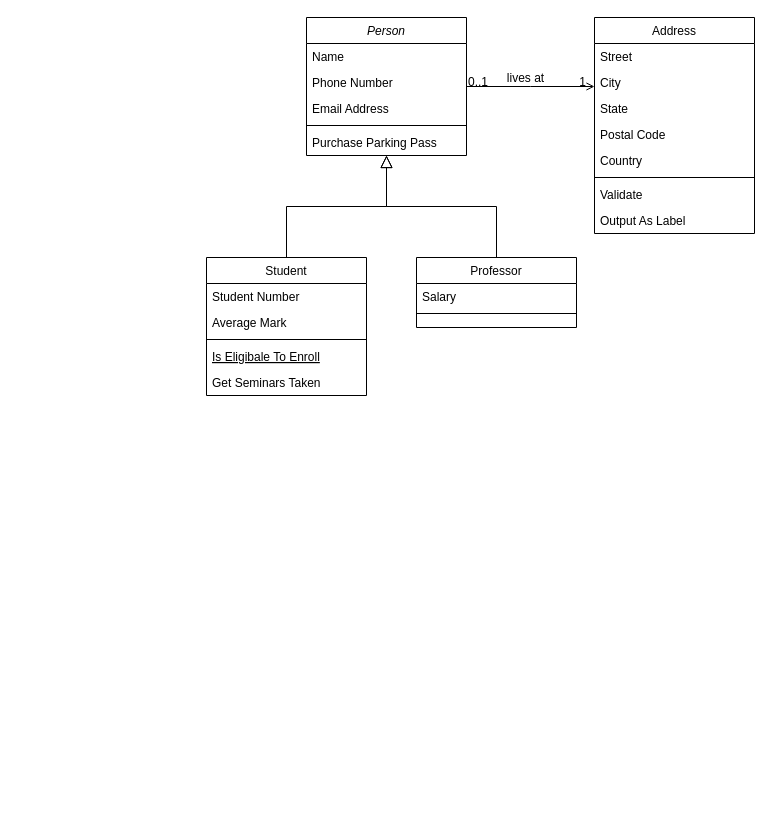
The draw.io diagram A1 Specification/Untitled Diagram.drawio in paperclipstudio/Group14, before the edit. Source tidied: cells renumbered, new cells numbered last; positions are measured from the earlier drawing's top-left corner, leaving out a move shared by most shapes. Both pictures are drawn from the tidied source at 100%, with x=0, y=0 at pixel (206, 17).
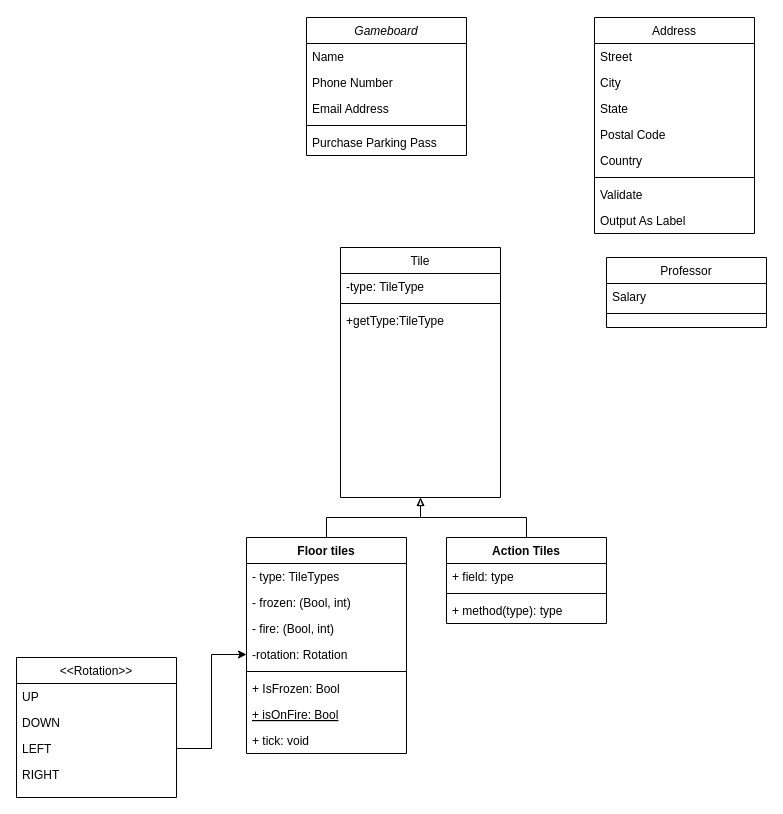
Above is the later version.

The change refers to these unchanged cells:
```xml
<mxCell id="19" value="Address" style="swimlane;fontStyle=0;align=center;verticalAlign=top;horizontal=1;startSize=26;rounded=0;shadow=0;strokeWidth=1;" parent="1" vertex="1">
  <mxGeometry x="388" width="160" height="216" as="geometry" />
</mxCell>
```

What changed in the source:
```diff
@@
-    <mxCell id="2" value="Person" style="swimlane;fontStyle=2;align=center;verticalAlign=top;horizontal=1;startSize=26;rounded=0;shadow=0;strokeWidth=1;" parent="1" vertex="1">
+    <mxCell id="2" value="Gameboard&#10;" style="swimlane;fontStyle=2;align=center;verticalAlign=top;horizontal=1;startSize=26;rounded=0;shadow=0;strokeWidth=1;" parent="1" vertex="1">
       <mxGeometry x="100" width="160" height="138" as="geometry" />
     </mxCell>
@@
-    <mxCell id="8" value="Student" style="swimlane;fontStyle=0;align=center;verticalAlign=top;horizontal=1;startSize=26;rounded=0;shadow=0;strokeWidth=1;" parent="1" vertex="1">
-      <mxGeometry y="240" width="160" height="138" as="geometry" />
-    </mxCell>
-    <mxCell id="9" value="Student Number" style="text;align=left;verticalAlign=top;spacingLeft=4;spacingRight=4;overflow=hidden;" parent="8" vertex="1">
-      <mxGeometry y="26" width="160" height="26" as="geometry" />
-    </mxCell>
-    <mxCell id="10" value="Average Mark" style="text;align=left;verticalAlign=top;spacingLeft=4;spacingRight=4;overflow=hidden;rounded=0;shadow=0;html=0;" parent="8" vertex="1">
-      <mxGeometry y="52" width="160" height="26" as="geometry" />
-    </mxCell>
-    <mxCell id="11" style="line;html=1;strokeWidth=1;align=left;verticalAlign=middle;spacingTop=-1;spacingLeft=3;spacingRight=3;labelPosition=right;" parent="8" vertex="1">
-      <mxGeometry y="78" width="160" height="8" as="geometry" />
-    </mxCell>
-    <mxCell id="12" value="Is Eligibale To Enroll" style="text;align=left;verticalAlign=top;spacingLeft=4;spacingRight=4;overflow=hidden;fontStyle=4;" parent="8" vertex="1">
-      <mxGeometry y="86" width="160" height="26" as="geometry" />
-    </mxCell>
-    <mxCell id="13" value="Get Seminars Taken" style="text;align=left;verticalAlign=top;spacingLeft=4;spacingRight=4;overflow=hidden;" parent="8" vertex="1">
-      <mxGeometry y="112" width="160" height="26" as="geometry" />
-    </mxCell>
-    <mxCell id="14" style="endArrow=block;endSize=10;endFill=0;shadow=0;strokeWidth=1;rounded=0;edgeStyle=elbowEdgeStyle;elbow=vertical;" parent="1" edge="1" source="8" target="2">
-      <mxGeometry relative="1" as="geometry" />
-    </mxCell>
-    <mxCell id="15" value="Professor" style="swimlane;fontStyle=0;align=center;verticalAlign=top;horizontal=1;startSize=26;rounded=0;shadow=0;strokeWidth=1;" parent="1" vertex="1">
-      <mxGeometry x="210" y="240" width="160" height="70" as="geometry" />
-    </mxCell>
-    <mxCell id="16" value="Salary" style="text;align=left;verticalAlign=top;spacingLeft=4;spacingRight=4;overflow=hidden;" parent="15" vertex="1">
-      <mxGeometry y="26" width="160" height="26" as="geometry" />
-    </mxCell>
-    <mxCell id="17" style="line;html=1;strokeWidth=1;align=left;verticalAlign=middle;spacingTop=-1;spacingLeft=3;spacingRight=3;labelPosition=right;" parent="15" vertex="1">
-      <mxGeometry y="52" width="160" height="8" as="geometry" />
-    </mxCell>
-    <mxCell id="18" style="endArrow=block;endSize=10;endFill=0;shadow=0;strokeWidth=1;rounded=0;edgeStyle=elbowEdgeStyle;elbow=vertical;" parent="1" edge="1" source="15" target="2">
-      <mxGeometry relative="1" as="geometry" />
-    </mxCell>
@@
-    <mxCell id="28" style="endArrow=open;shadow=0;strokeWidth=1;rounded=0;endFill=1;edgeStyle=elbowEdgeStyle;elbow=vertical;" parent="1" edge="1" source="2" target="19">
-      <mxGeometry x="0.5" y="41" relative="1" as="geometry">
-        <mxPoint x="-40" y="32" as="offset" />
-      </mxGeometry>
-    </mxCell>
-    <mxCell id="29" value="0..1" style="align=left;verticalAlign=bottom;labelBackgroundColor=none;fontSize=12;" parent="28" vertex="1">
-      <mxGeometry x="-1" relative="1" as="geometry">
-        <mxPoint y="4" as="offset" />
-      </mxGeometry>
-    </mxCell>
-    <mxCell id="30" value="1" style="align=right;verticalAlign=bottom;labelBackgroundColor=none;fontSize=12;" parent="28" vertex="1">
-      <mxGeometry x="1" relative="1" as="geometry">
-        <mxPoint x="-7" y="4" as="offset" />
-      </mxGeometry>
-    </mxCell>
-    <mxCell id="31" value="lives at" style="text;html=1;align=center;verticalAlign=middle;labelBackgroundColor=none;rounded=0;shadow=0;strokeWidth=1;fontSize=12;" parent="28" vertex="1">
-      <mxGeometry x="0.5" y="49" relative="1" as="geometry">
-        <mxPoint x="-38" y="40" as="offset" />
-      </mxGeometry>
-    </mxCell>
+    <mxCell id="15" value="Professor" style="swimlane;fontStyle=0;align=center;verticalAlign=top;horizontal=1;startSize=26;rounded=0;shadow=0;strokeWidth=1;" parent="1" vertex="1">
+      <mxGeometry x="400" y="240" width="160" height="70" as="geometry" />
+    </mxCell>
+    <mxCell id="16" value="Salary" style="text;align=left;verticalAlign=top;spacingLeft=4;spacingRight=4;overflow=hidden;" parent="15" vertex="1">
+      <mxGeometry y="26" width="160" height="26" as="geometry" />
+    </mxCell>
+    <mxCell id="17" style="line;html=1;strokeWidth=1;align=left;verticalAlign=middle;spacingTop=-1;spacingLeft=3;spacingRight=3;labelPosition=right;" parent="15" vertex="1">
+      <mxGeometry y="52" width="160" height="8" as="geometry" />
+    </mxCell>
+    <mxCell id="32" value="Action Tiles&#10;" style="swimlane;fontStyle=1;align=center;verticalAlign=top;horizontal=1;startSize=26;" parent="1" vertex="1">
+      <mxGeometry x="240" y="520" width="160" height="86" as="geometry" />
+    </mxCell>
+    <mxCell id="33" value="+ field: type" style="text;strokeColor=none;fillColor=none;align=left;verticalAlign=top;spacingLeft=4;spacingRight=4;overflow=hidden;" parent="32" vertex="1">
+      <mxGeometry y="26" width="160" height="26" as="geometry" />
+    </mxCell>
+    <mxCell id="34" style="line;strokeWidth=1;fillColor=none;align=left;verticalAlign=middle;spacingTop=-1;spacingLeft=3;spacingRight=3;labelPosition=right;" parent="32" vertex="1">
+      <mxGeometry y="52" width="160" height="8" as="geometry" />
+    </mxCell>
+    <mxCell id="35" value="+ method(type): type" style="text;strokeColor=none;fillColor=none;align=left;verticalAlign=top;spacingLeft=4;spacingRight=4;overflow=hidden;" parent="32" vertex="1">
+      <mxGeometry y="60" width="160" height="26" as="geometry" />
+    </mxCell>
+    <mxCell id="36" style="edgeStyle=orthogonalEdgeStyle;rounded=0;jettySize=auto;html=1;startArrow=block;startFill=0;endArrow=none;endFill=0;" parent="1" edge="1" source="8" target="38">
+      <mxGeometry relative="1" as="geometry" />
+    </mxCell>
+    <mxCell id="37" style="edgeStyle=orthogonalEdgeStyle;rounded=0;jettySize=auto;html=1;startArrow=blockThin;startFill=0;endArrow=none;endFill=0;" parent="1" edge="1" source="8" target="32">
+      <mxGeometry relative="1" as="geometry" />
+    </mxCell>
+    <mxCell id="8" value="Tile" style="swimlane;fontStyle=0;align=center;verticalAlign=top;horizontal=1;startSize=26;rounded=0;shadow=0;strokeWidth=1;" parent="1" vertex="1">
+      <mxGeometry x="134" y="230" width="160" height="250" as="geometry" />
+    </mxCell>
+    <mxCell id="9" value="-type: TileType" style="text;align=left;verticalAlign=top;spacingLeft=4;spacingRight=4;overflow=hidden;" parent="8" vertex="1">
+      <mxGeometry y="26" width="160" height="26" as="geometry" />
+    </mxCell>
+    <mxCell id="11" style="line;html=1;strokeWidth=1;align=left;verticalAlign=middle;spacingTop=-1;spacingLeft=3;spacingRight=3;labelPosition=right;" parent="8" vertex="1">
+      <mxGeometry y="52" width="160" height="8" as="geometry" />
+    </mxCell>
+    <mxCell id="13" value="+getType:TileType" style="text;align=left;verticalAlign=top;spacingLeft=4;spacingRight=4;overflow=hidden;" parent="8" vertex="1">
+      <mxGeometry y="60" width="160" height="26" as="geometry" />
+    </mxCell>
+    <mxCell id="38" value="Floor tiles&#10;" style="swimlane;fontStyle=1;align=center;verticalAlign=top;horizontal=1;startSize=26;" parent="1" vertex="1">
+      <mxGeometry x="40" y="520" width="160" height="216" as="geometry" />
+    </mxCell>
+    <mxCell id="39" value="- type: TileTypes" style="text;strokeColor=none;fillColor=none;align=left;verticalAlign=top;spacingLeft=4;spacingRight=4;overflow=hidden;" parent="38" vertex="1">
+      <mxGeometry y="26" width="160" height="26" as="geometry" />
+    </mxCell>
+    <mxCell id="10" value="- frozen: (Bool, int) " style="text;align=left;verticalAlign=top;spacingLeft=4;spacingRight=4;overflow=hidden;rounded=0;shadow=0;html=0;" parent="38" vertex="1">
+      <mxGeometry y="52" width="160" height="26" as="geometry" />
+    </mxCell>
+    <mxCell id="40" value="- fire: (Bool, int)&#10;" style="text;strokeColor=none;fillColor=none;align=left;verticalAlign=top;spacingLeft=4;spacingRight=4;overflow=hidden;" parent="38" vertex="1">
+      <mxGeometry y="78" width="160" height="26" as="geometry" />
+    </mxCell>
+    <mxCell id="41" value="-rotation: Rotation" style="text;strokeColor=none;fillColor=none;align=left;verticalAlign=top;spacingLeft=4;spacingRight=4;overflow=hidden;points=[[0,0.5],[1,0.5]];portConstraint=eastwest;" parent="38" vertex="1">
+      <mxGeometry y="104" width="160" height="26" as="geometry" />
+    </mxCell>
+    <mxCell id="42" style="line;strokeWidth=1;fillColor=none;align=left;verticalAlign=middle;spacingTop=-1;spacingLeft=3;spacingRight=3;labelPosition=right;" parent="38" vertex="1">
+      <mxGeometry y="130" width="160" height="8" as="geometry" />
+    </mxCell>
+    <mxCell id="43" value="+ IsFrozen: Bool&#10;" style="text;strokeColor=none;fillColor=none;align=left;verticalAlign=top;spacingLeft=4;spacingRight=4;overflow=hidden;" parent="38" vertex="1">
+      <mxGeometry y="138" width="160" height="26" as="geometry" />
+    </mxCell>
+    <mxCell id="12" value="+ isOnFire: Bool" style="text;align=left;verticalAlign=top;spacingLeft=4;spacingRight=4;overflow=hidden;fontStyle=4;" parent="38" vertex="1">
+      <mxGeometry y="164" width="160" height="26" as="geometry" />
+    </mxCell>
+    <mxCell id="44" value="+ tick: void" style="text;strokeColor=none;fillColor=none;align=left;verticalAlign=top;spacingLeft=4;spacingRight=4;overflow=hidden;" parent="38" vertex="1">
+      <mxGeometry y="190" width="160" height="26" as="geometry" />
+    </mxCell>
+    <mxCell id="45" style="edgeStyle=orthogonalEdgeStyle;rounded=0;jettySize=auto;html=1;" parent="1" edge="1" source="49" target="41">
+      <mxGeometry relative="1" as="geometry" />
+    </mxCell>
+    <mxCell id="46" value="&lt;&lt;Rotation&gt;&gt;" style="swimlane;fontStyle=0;align=center;verticalAlign=top;horizontal=1;startSize=26;rounded=0;shadow=0;strokeWidth=1;" parent="1" vertex="1">
+      <mxGeometry x="-190" y="640" width="160" height="140" as="geometry" />
+    </mxCell>
+    <mxCell id="47" value="UP" style="text;align=left;verticalAlign=top;spacingLeft=4;spacingRight=4;overflow=hidden;" parent="46" vertex="1">
+      <mxGeometry y="26" width="160" height="26" as="geometry" />
+    </mxCell>
+    <mxCell id="48" value="DOWN" style="text;strokeColor=none;fillColor=none;align=left;verticalAlign=top;spacingLeft=4;spacingRight=4;overflow=hidden;" parent="46" vertex="1">
+      <mxGeometry y="52" width="160" height="26" as="geometry" />
+    </mxCell>
+    <mxCell id="49" value="LEFT" style="text;strokeColor=none;fillColor=none;align=left;verticalAlign=top;spacingLeft=4;spacingRight=4;overflow=hidden;points=[[0,0.5],[1,0.5]];portConstraint=eastwest;" parent="46" vertex="1">
+      <mxGeometry y="78" width="160" height="26" as="geometry" />
+    </mxCell>
+    <mxCell id="50" value="RIGHT" style="text;strokeColor=none;fillColor=none;align=left;verticalAlign=top;spacingLeft=4;spacingRight=4;overflow=hidden;" parent="46" vertex="1">
+      <mxGeometry y="104" width="160" height="26" as="geometry" />
+    </mxCell>
```
